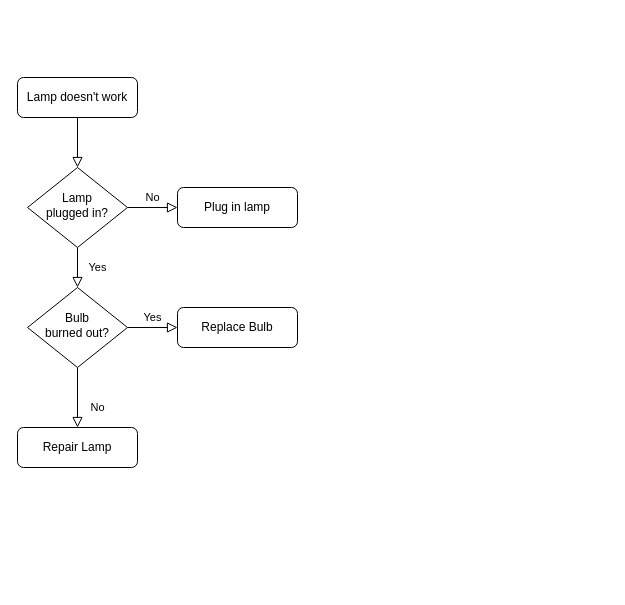
Before: Untitled Diagram.drawio in Feline17/career-life-game, a draw.io diagram. Source tidied: cells renumbered, new cells numbered last; positions are measured from the earlier drawing's top-left corner, leaving out a move shared by most shapes. Both pictures are drawn from the tidied source at 100%, with x=0, y=0 at pixel (17, 77).
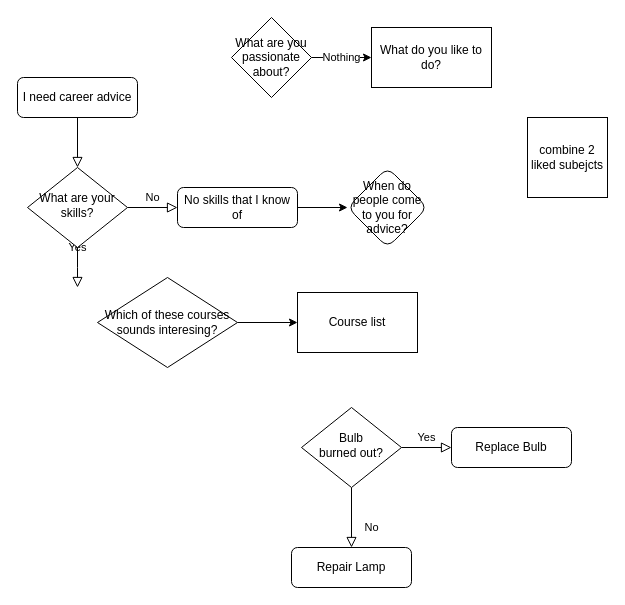
The same diagram, later.

Diff of the diagram source:
```diff
@@
-    <mxCell id="3" value="Lamp doesn't work" style="rounded=1;whiteSpace=wrap;html=1;fontSize=12;glass=0;strokeWidth=1;shadow=0;" parent="1" vertex="1">
+    <mxCell id="3" value="I need career advice" style="rounded=1;whiteSpace=wrap;html=1;fontSize=12;glass=0;strokeWidth=1;shadow=0;" parent="1" vertex="1">
       <mxGeometry width="120" height="40" as="geometry" />
     </mxCell>
-    <mxCell id="4" value="Yes" style="rounded=0;html=1;jettySize=auto;fontSize=11;endArrow=block;endFill=0;endSize=8;strokeWidth=1;shadow=0;labelBackgroundColor=none;edgeStyle=orthogonalEdgeStyle;" parent="1" edge="1" source="6" target="10">
-      <mxGeometry y="20" relative="1" as="geometry" />
+    <mxCell id="4" value="Yes" style="rounded=0;html=1;jettySize=auto;fontSize=11;endArrow=block;endFill=0;endSize=8;strokeWidth=1;shadow=0;labelBackgroundColor=none;edgeStyle=orthogonalEdgeStyle;" parent="1" edge="1" source="6">
+      <mxGeometry y="20" relative="1" as="geometry">
+        <mxPoint x="60" y="210" as="targetPoint" />
+      </mxGeometry>
     </mxCell>
@@
-    <mxCell id="6" value="Lamp&lt;br&gt;plugged in?" style="rhombus;whiteSpace=wrap;html=1;shadow=0;fontFamily=Helvetica;fontSize=12;align=center;strokeWidth=1;spacing=6;spacingTop=-4;" parent="1" vertex="1">
+    <mxCell id="6" value="What are your skills?" style="rhombus;whiteSpace=wrap;html=1;shadow=0;fontFamily=Helvetica;fontSize=12;align=center;strokeWidth=1;spacing=6;spacingTop=-4;" parent="1" vertex="1">
       <mxGeometry x="10" y="90" width="100" height="80" as="geometry" />
     </mxCell>
+    <mxCell id="13" style="edgeStyle=orthogonalEdgeStyle;rounded=0;jettySize=auto;html=1;" parent="1" edge="1" source="7" target="14">
+      <mxGeometry relative="1" as="geometry" />
+    </mxCell>
-    <mxCell id="7" value="Plug in lamp" style="rounded=1;whiteSpace=wrap;html=1;fontSize=12;glass=0;strokeWidth=1;shadow=0;" parent="1" vertex="1">
+    <mxCell id="7" value="No skills that I know of" style="rounded=1;whiteSpace=wrap;html=1;fontSize=12;glass=0;strokeWidth=1;shadow=0;" parent="1" vertex="1">
       <mxGeometry x="160" y="110" width="120" height="40" as="geometry" />
     </mxCell>
+    <mxCell id="14" value="When do people come to you for advice?" style="rhombus;whiteSpace=wrap;html=1;rounded=1;shadow=0;strokeWidth=1;glass=0;" parent="1" vertex="1">
+      <mxGeometry x="330" y="90" width="80" height="80" as="geometry" />
+    </mxCell>
+    <mxCell id="15" value="Nothing" style="edgeStyle=orthogonalEdgeStyle;rounded=0;jettySize=auto;html=1;" parent="1" edge="1" source="16" target="17">
+      <mxGeometry relative="1" as="geometry" />
+    </mxCell>
+    <mxCell id="16" value="What are you passionate about?" style="rhombus;whiteSpace=wrap;html=1;" parent="1" vertex="1">
+      <mxGeometry x="214" y="-60" width="80" height="80" as="geometry" />
+    </mxCell>
+    <mxCell id="17" value="What do you like to do?" style="whiteSpace=wrap;html=1;" parent="1" vertex="1">
+      <mxGeometry x="354" y="-50" width="120" height="60" as="geometry" />
+    </mxCell>
@@
     <mxCell id="10" value="Bulb&lt;br&gt;burned out?" style="rhombus;whiteSpace=wrap;html=1;shadow=0;fontFamily=Helvetica;fontSize=12;align=center;strokeWidth=1;spacing=6;spacingTop=-4;" parent="1" vertex="1">
-      <mxGeometry x="10" y="210" width="100" height="80" as="geometry" />
+      <mxGeometry x="284" y="330" width="100" height="80" as="geometry" />
     </mxCell>
     <mxCell id="11" value="Repair Lamp" style="rounded=1;whiteSpace=wrap;html=1;fontSize=12;glass=0;strokeWidth=1;shadow=0;" parent="1" vertex="1">
-      <mxGeometry y="350" width="120" height="40" as="geometry" />
+      <mxGeometry x="274" y="470" width="120" height="40" as="geometry" />
     </mxCell>
     <mxCell id="12" value="Replace Bulb" style="rounded=1;whiteSpace=wrap;html=1;fontSize=12;glass=0;strokeWidth=1;shadow=0;" parent="1" vertex="1">
-      <mxGeometry x="160" y="230" width="120" height="40" as="geometry" />
+      <mxGeometry x="434" y="350" width="120" height="40" as="geometry" />
     </mxCell>
+    <mxCell id="18" style="edgeStyle=orthogonalEdgeStyle;rounded=0;jettySize=auto;html=1;" parent="1" edge="1" source="19" target="20">
+      <mxGeometry relative="1" as="geometry" />
+    </mxCell>
+    <mxCell id="19" value="Which of these courses sounds interesing?" style="rhombus;whiteSpace=wrap;html=1;" parent="1" vertex="1">
+      <mxGeometry x="80" y="200" width="140" height="90" as="geometry" />
+    </mxCell>
+    <mxCell id="20" value="Course list" style="whiteSpace=wrap;html=1;" parent="1" vertex="1">
+      <mxGeometry x="280" y="215" width="120" height="60" as="geometry" />
+    </mxCell>
+    <mxCell id="21" value="combine 2 liked subejcts" style="whiteSpace=wrap;html=1;" parent="1" vertex="1">
+      <mxGeometry x="510" y="40" width="80" height="80" as="geometry" />
+    </mxCell>
```
